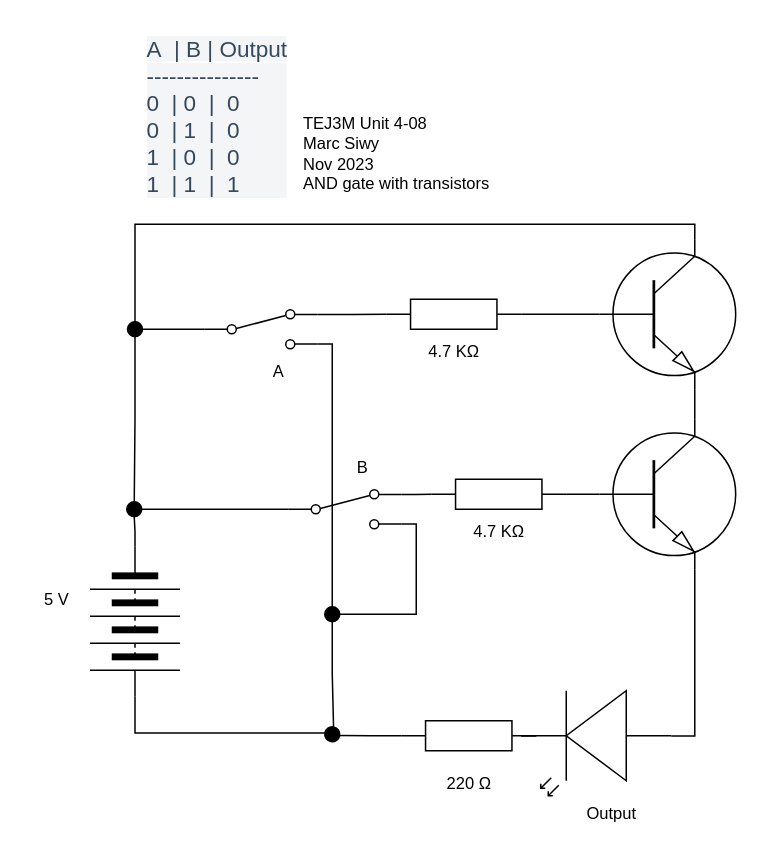
This is Unit 4-08/Unit 4-08.drawio from Marc-Siwy/TEJ3MUnit4, a draw.io file, before an edit. Source tidied: cells renumbered, new cells numbered last; positions are measured from the earlier drawing's top-left corner, leaving out a move shared by most shapes. Both pictures are drawn from the tidied source at 150%, with x=0, y=0 at pixel (26, 26).
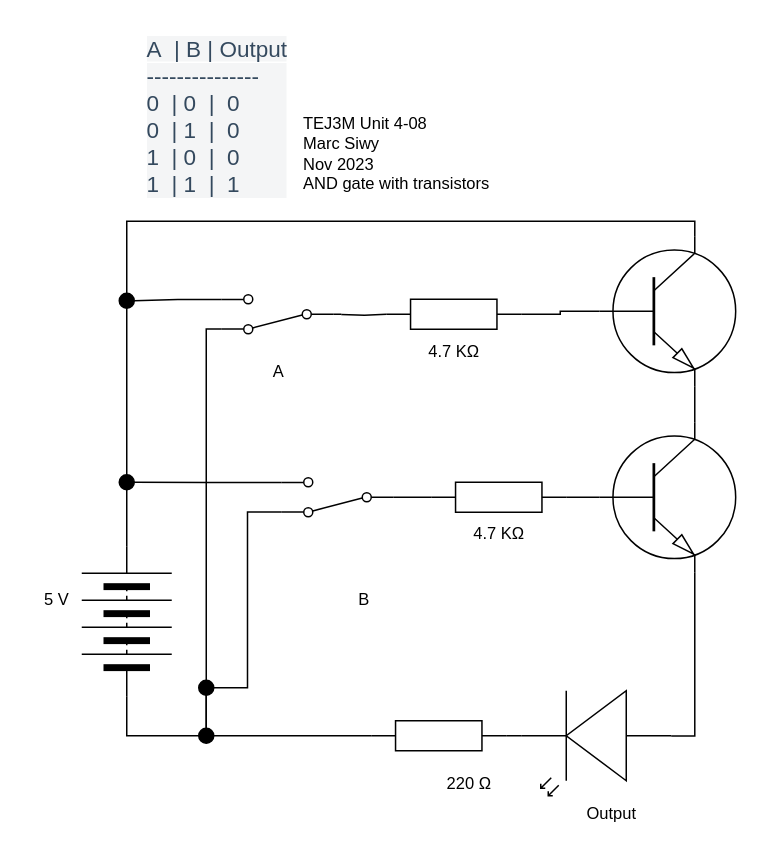
The same diagram, later.

Unchanged cells that the change refers to:
```xml
<mxCell id="19" style="verticalLabelPosition=bottom;shadow=0;dashed=0;align=center;html=1;verticalAlign=top;shape=mxgraph.electrical.resistors.resistor_1;" parent="1" vertex="1">
  <mxGeometry x="240" y="182" width="90" height="20" as="geometry" />
</mxCell>
```

The edit, as a diff of the source:
```diff
@@
-    <mxCell id="2" style="edgeStyle=orthogonalEdgeStyle;shape=connector;rounded=0;html=1;labelBackgroundColor=default;strokeColor=default;fontFamily=Helvetica;fontSize=11;fontColor=default;endArrow=none;endFill=0;" parent="1" edge="1" source="4" target="20">
+    <mxCell id="2" style="edgeStyle=orthogonalEdgeStyle;rounded=0;html=1;exitX=0;exitY=0.5;exitDx=0;exitDy=0;entryX=0;entryY=0.5;entryDx=0;entryDy=0;endArrow=none;endFill=0;" parent="1" edge="1" source="4" target="20">
       <mxGeometry relative="1" as="geometry" />
     </mxCell>
-    <mxCell id="3" style="edgeStyle=orthogonalEdgeStyle;shape=connector;rounded=0;html=1;exitX=1;exitY=0.5;exitDx=0;exitDy=0;entryX=0;entryY=0.5;entryDx=0;entryDy=0;labelBackgroundColor=default;strokeColor=default;fontFamily=Helvetica;fontSize=11;fontColor=default;endArrow=none;endFill=0;" parent="1" edge="1" source="4" target="12">
-      <mxGeometry relative="1" as="geometry" />
-    </mxCell>
-    <mxCell id="4" style="verticalLabelPosition=bottom;shadow=0;dashed=0;align=center;html=1;verticalAlign=top;shape=mxgraph.electrical.miscellaneous.batteryStack;rotation=90;" parent="1" vertex="1">
-      <mxGeometry x="22.5" y="367" width="100" height="60" as="geometry" />
+    <mxCell id="4" style="verticalLabelPosition=bottom;shadow=0;dashed=0;align=center;html=1;verticalAlign=top;shape=mxgraph.electrical.miscellaneous.batteryStack;rotation=-90;" parent="1" vertex="1">
+      <mxGeometry x="17" y="367" width="100" height="60" as="geometry" />
     </mxCell>
@@
-    <mxCell id="8" style="edgeStyle=orthogonalEdgeStyle;shape=connector;rounded=0;html=1;exitX=1;exitY=0.12;exitDx=0;exitDy=0;entryX=0;entryY=0.5;entryDx=0;entryDy=0;entryPerimeter=0;labelBackgroundColor=default;strokeColor=default;fontFamily=Helvetica;fontSize=11;fontColor=default;endArrow=none;endFill=0;" parent="1" edge="1" source="11" target="19">
-      <mxGeometry relative="1" as="geometry" />
-    </mxCell>
-    <mxCell id="9" style="edgeStyle=orthogonalEdgeStyle;shape=connector;rounded=0;html=1;exitX=0;exitY=0.5;exitDx=0;exitDy=0;entryX=0.5;entryY=0;entryDx=0;entryDy=0;labelBackgroundColor=default;strokeColor=default;fontFamily=Helvetica;fontSize=11;fontColor=default;endArrow=none;endFill=0;" parent="1" edge="1" source="11" target="23">
-      <mxGeometry relative="1" as="geometry" />
-    </mxCell>
-    <mxCell id="10" style="edgeStyle=orthogonalEdgeStyle;shape=connector;rounded=0;html=1;exitX=1;exitY=0.88;exitDx=0;exitDy=0;labelBackgroundColor=default;strokeColor=default;fontFamily=Helvetica;fontSize=11;fontColor=default;endArrow=none;endFill=0;entryX=0.5;entryY=0;entryDx=0;entryDy=0;" parent="1" edge="1" source="11" target="39">
-      <mxGeometry relative="1" as="geometry" />
-    </mxCell>
-    <mxCell id="11" style="shape=mxgraph.electrical.electro-mechanical.twoWaySwitch;elSwitchState=2;rotation=0;" parent="1" vertex="1">
-      <mxGeometry x="119" y="189" width="75" height="26" as="geometry" />
-    </mxCell>
-    <mxCell id="12" style="ellipse;whiteSpace=wrap;html=1;fillColor=#000000;rotation=10;" parent="1" vertex="1">
-      <mxGeometry x="199" y="467" width="10" height="10" as="geometry" />
-    </mxCell>
@@
+    <mxCell id="41" style="edgeStyle=orthogonalEdgeStyle;shape=connector;rounded=0;html=1;exitX=0.7;exitY=0;exitDx=0;exitDy=0;exitPerimeter=0;entryX=0.5;entryY=0;entryDx=0;entryDy=0;labelBackgroundColor=default;strokeColor=default;fontFamily=Helvetica;fontSize=11;fontColor=default;endArrow=none;endFill=0;" parent="1" edge="1" source="18" target="49">
+      <mxGeometry relative="1" as="geometry" />
+    </mxCell>
     <mxCell id="18" style="verticalLabelPosition=bottom;shadow=0;dashed=0;align=center;html=1;verticalAlign=top;shape=mxgraph.electrical.transistors.npn_transistor_1;" parent="1" vertex="1">
-      <mxGeometry x="380" y="142" width="95" height="100" as="geometry" />
+      <mxGeometry x="380" y="140" width="95" height="100" as="geometry" />
     </mxCell>
@@
     <mxCell id="20" style="ellipse;whiteSpace=wrap;html=1;fillColor=#000000;" parent="1" vertex="1">
-      <mxGeometry x="67" y="317" width="10" height="10" as="geometry" />
+      <mxGeometry x="115" y="468" width="10" height="10" as="geometry" />
     </mxCell>
-    <mxCell id="21" style="edgeStyle=orthogonalEdgeStyle;shape=connector;rounded=0;html=1;exitX=0;exitY=0.5;exitDx=0;exitDy=0;entryX=0.7;entryY=0;entryDx=0;entryDy=0;entryPerimeter=0;labelBackgroundColor=default;strokeColor=default;fontFamily=Helvetica;fontSize=11;fontColor=default;endArrow=none;endFill=0;" parent="1" edge="1" source="23" target="18">
-      <mxGeometry relative="1" as="geometry" />
-    </mxCell>
-    <mxCell id="22" style="edgeStyle=orthogonalEdgeStyle;shape=connector;rounded=0;html=1;exitX=1;exitY=0.5;exitDx=0;exitDy=0;entryX=0.5;entryY=0;entryDx=0;entryDy=0;labelBackgroundColor=default;strokeColor=default;fontFamily=Helvetica;fontSize=11;fontColor=default;endArrow=none;endFill=0;" parent="1" edge="1" source="23" target="20">
-      <mxGeometry relative="1" as="geometry" />
-    </mxCell>
-    <mxCell id="23" style="ellipse;whiteSpace=wrap;html=1;fillColor=#000000;direction=south;" parent="1" vertex="1">
-      <mxGeometry x="67.5" y="197" width="10" height="10" as="geometry" />
-    </mxCell>
@@
-    <mxCell id="26" style="edgeStyle=orthogonalEdgeStyle;shape=connector;rounded=0;html=1;exitX=0;exitY=0.5;exitDx=0;exitDy=0;exitPerimeter=0;entryX=1;entryY=0.5;entryDx=0;entryDy=0;labelBackgroundColor=default;strokeColor=default;fontFamily=Helvetica;fontSize=11;fontColor=default;endArrow=none;endFill=0;" parent="1" edge="1" source="27" target="12">
-      <mxGeometry relative="1" as="geometry" />
-    </mxCell>
+    <mxCell id="42" style="edgeStyle=orthogonalEdgeStyle;shape=connector;rounded=0;html=1;exitX=0;exitY=0.5;exitDx=0;exitDy=0;exitPerimeter=0;entryX=1;entryY=0.5;entryDx=0;entryDy=0;labelBackgroundColor=default;strokeColor=default;fontFamily=Helvetica;fontSize=11;fontColor=default;endArrow=none;endFill=0;" parent="1" edge="1" source="27" target="20">
+      <mxGeometry relative="1" as="geometry" />
+    </mxCell>
     <mxCell id="27" style="verticalLabelPosition=bottom;shadow=0;dashed=0;align=center;html=1;verticalAlign=top;shape=mxgraph.electrical.resistors.resistor_1;rotation=0;" parent="1" vertex="1">
-      <mxGeometry x="250" y="463" width="90" height="20" as="geometry" />
+      <mxGeometry x="230" y="463" width="90" height="20" as="geometry" />
     </mxCell>
-    <mxCell id="28" style="edgeStyle=orthogonalEdgeStyle;shape=connector;rounded=0;html=1;exitX=1;exitY=0.12;exitDx=0;exitDy=0;entryX=0;entryY=0.5;entryDx=0;entryDy=0;entryPerimeter=0;labelBackgroundColor=default;strokeColor=default;fontFamily=Helvetica;fontSize=11;fontColor=default;endArrow=none;endFill=0;" parent="1" edge="1" source="31" target="36">
-      <mxGeometry relative="1" as="geometry" />
-    </mxCell>
-    <mxCell id="29" style="edgeStyle=orthogonalEdgeStyle;shape=connector;rounded=0;html=1;exitX=0;exitY=0.5;exitDx=0;exitDy=0;entryX=1;entryY=0.5;entryDx=0;entryDy=0;labelBackgroundColor=default;strokeColor=default;fontFamily=Helvetica;fontSize=11;fontColor=default;endArrow=none;endFill=0;" parent="1" edge="1" source="31" target="20">
-      <mxGeometry relative="1" as="geometry" />
-    </mxCell>
-    <mxCell id="30" style="edgeStyle=orthogonalEdgeStyle;shape=connector;rounded=0;html=1;exitX=1;exitY=0.88;exitDx=0;exitDy=0;entryX=1;entryY=0.5;entryDx=0;entryDy=0;labelBackgroundColor=default;strokeColor=default;fontFamily=Helvetica;fontSize=11;fontColor=default;endArrow=none;endFill=0;" parent="1" edge="1" source="31" target="39">
-      <mxGeometry relative="1" as="geometry" />
-    </mxCell>
-    <mxCell id="31" style="shape=mxgraph.electrical.electro-mechanical.twoWaySwitch;elSwitchState=2;rotation=0;" parent="1" vertex="1">
-      <mxGeometry x="175" y="309" width="75" height="26" as="geometry" />
-    </mxCell>
     <mxCell id="32" value="B" style="text;html=1;align=center;verticalAlign=middle;strokeColor=none;fillColor=none;fontSize=11;fontFamily=Helvetica;fontColor=default;" parent="1" vertex="1">
-      <mxGeometry x="209" y="279" width="30" height="30" as="geometry" />
+      <mxGeometry x="210" y="367" width="30" height="30" as="geometry" />
     </mxCell>
@@
     <mxCell id="34" style="verticalLabelPosition=bottom;shadow=0;dashed=0;align=center;html=1;verticalAlign=top;shape=mxgraph.electrical.transistors.npn_transistor_1;" parent="1" vertex="1">
-      <mxGeometry x="380" y="262" width="95" height="100" as="geometry" />
+      <mxGeometry x="380" y="264" width="95" height="100" as="geometry" />
     </mxCell>
@@
+    <mxCell id="43" style="edgeStyle=orthogonalEdgeStyle;shape=connector;rounded=0;html=1;exitX=0;exitY=0.5;exitDx=0;exitDy=0;exitPerimeter=0;entryX=0;entryY=0.5;entryDx=0;entryDy=0;labelBackgroundColor=default;strokeColor=default;fontFamily=Helvetica;fontSize=11;fontColor=default;endArrow=none;endFill=0;" parent="1" edge="1" source="36" target="56">
+      <mxGeometry relative="1" as="geometry" />
+    </mxCell>
     <mxCell id="36" style="verticalLabelPosition=bottom;shadow=0;dashed=0;align=center;html=1;verticalAlign=top;shape=mxgraph.electrical.resistors.resistor_1;" parent="1" vertex="1">
-      <mxGeometry x="270" y="302" width="90" height="20" as="geometry" />
+      <mxGeometry x="270" y="304" width="90" height="20" as="geometry" />
     </mxCell>
     <mxCell id="37" value="4.7 KΩ" style="text;html=1;align=center;verticalAlign=middle;strokeColor=none;fillColor=none;fontSize=11;fontFamily=Helvetica;fontColor=default;" parent="1" vertex="1">
-      <mxGeometry x="285" y="322" width="60" height="30" as="geometry" />
+      <mxGeometry x="285" y="323" width="60" height="30" as="geometry" />
     </mxCell>
-    <mxCell id="38" style="edgeStyle=orthogonalEdgeStyle;shape=connector;rounded=0;html=1;exitX=0.5;exitY=1;exitDx=0;exitDy=0;entryX=0.5;entryY=0;entryDx=0;entryDy=0;labelBackgroundColor=default;strokeColor=default;fontFamily=Helvetica;fontSize=11;fontColor=default;endArrow=none;endFill=0;" parent="1" edge="1" source="39" target="12">
-      <mxGeometry relative="1" as="geometry" />
-    </mxCell>
+    <mxCell id="44" style="edgeStyle=orthogonalEdgeStyle;shape=connector;rounded=0;html=1;exitX=0.5;exitY=1;exitDx=0;exitDy=0;entryX=1;entryY=0.5;entryDx=0;entryDy=0;labelBackgroundColor=default;strokeColor=default;fontFamily=Helvetica;fontSize=11;fontColor=default;endArrow=none;endFill=0;" parent="1" edge="1" source="39" target="4">
+      <mxGeometry relative="1" as="geometry" />
+    </mxCell>
     <mxCell id="39" style="ellipse;whiteSpace=wrap;html=1;fillColor=#000000;" parent="1" vertex="1">
-      <mxGeometry x="199" y="387" width="10" height="10" as="geometry" />
+      <mxGeometry x="62" y="299" width="10" height="10" as="geometry" />
     </mxCell>
@@
+    <mxCell id="45" style="edgeStyle=orthogonalEdgeStyle;shape=connector;rounded=0;html=1;exitX=1;exitY=0.12;exitDx=0;exitDy=0;entryX=0;entryY=0.5;entryDx=0;entryDy=0;entryPerimeter=0;labelBackgroundColor=default;strokeColor=default;fontFamily=Helvetica;fontSize=11;fontColor=default;endArrow=none;endFill=0;" parent="1" edge="1" target="19">
+      <mxGeometry relative="1" as="geometry">
+        <mxPoint x="210" y="192.1" as="sourcePoint" />
+      </mxGeometry>
+    </mxCell>
+    <mxCell id="46" style="edgeStyle=orthogonalEdgeStyle;shape=connector;rounded=0;html=1;exitX=0.5;exitY=1;exitDx=0;exitDy=0;entryX=0.5;entryY=0;entryDx=0;entryDy=0;labelBackgroundColor=default;strokeColor=default;fontFamily=Helvetica;fontSize=11;fontColor=default;endArrow=none;endFill=0;" parent="1" edge="1" source="47" target="20">
+      <mxGeometry relative="1" as="geometry" />
+    </mxCell>
+    <mxCell id="47" style="ellipse;whiteSpace=wrap;html=1;fillColor=#000000;" parent="1" vertex="1">
+      <mxGeometry x="115" y="436" width="10" height="10" as="geometry" />
+    </mxCell>
+    <mxCell id="48" style="edgeStyle=orthogonalEdgeStyle;shape=connector;rounded=0;html=1;exitX=0.5;exitY=1;exitDx=0;exitDy=0;entryX=0.5;entryY=0;entryDx=0;entryDy=0;labelBackgroundColor=default;strokeColor=default;fontFamily=Helvetica;fontSize=11;fontColor=default;endArrow=none;endFill=0;" parent="1" edge="1" source="49" target="39">
+      <mxGeometry relative="1" as="geometry" />
+    </mxCell>
+    <mxCell id="49" style="ellipse;whiteSpace=wrap;html=1;fillColor=#000000;" parent="1" vertex="1">
+      <mxGeometry x="62" y="178" width="10" height="10" as="geometry" />
+    </mxCell>
+    <mxCell id="50" style="edgeStyle=orthogonalEdgeStyle;shape=connector;rounded=0;html=1;exitX=0;exitY=0.5;exitDx=0;exitDy=0;labelBackgroundColor=default;strokeColor=default;fontFamily=Helvetica;fontSize=11;fontColor=default;endArrow=none;endFill=0;" parent="1" edge="1" source="53">
+      <mxGeometry relative="1" as="geometry">
+        <mxPoint x="210" y="191.8" as="targetPoint" />
+      </mxGeometry>
+    </mxCell>
+    <mxCell id="51" style="edgeStyle=orthogonalEdgeStyle;shape=connector;rounded=0;html=1;exitX=1;exitY=0.12;exitDx=0;exitDy=0;entryX=0.5;entryY=0;entryDx=0;entryDy=0;labelBackgroundColor=default;strokeColor=default;fontFamily=Helvetica;fontSize=11;fontColor=default;endArrow=none;endFill=0;" parent="1" edge="1" source="53" target="20">
+      <mxGeometry relative="1" as="geometry" />
+    </mxCell>
+    <mxCell id="52" style="edgeStyle=orthogonalEdgeStyle;shape=connector;rounded=0;html=1;exitX=1;exitY=0.88;exitDx=0;exitDy=0;entryX=1;entryY=0.5;entryDx=0;entryDy=0;labelBackgroundColor=default;strokeColor=default;fontFamily=Helvetica;fontSize=11;fontColor=default;endArrow=none;endFill=0;" parent="1" edge="1" source="53" target="49">
+      <mxGeometry relative="1" as="geometry" />
+    </mxCell>
+    <mxCell id="53" style="shape=mxgraph.electrical.electro-mechanical.twoWaySwitch;elSwitchState=2;fontFamily=Helvetica;fontSize=11;fontColor=default;rotation=-180;" parent="1" vertex="1">
+      <mxGeometry x="130" y="179" width="75" height="26" as="geometry" />
+    </mxCell>
+    <mxCell id="54" style="edgeStyle=orthogonalEdgeStyle;shape=connector;rounded=0;html=1;exitX=1;exitY=0.12;exitDx=0;exitDy=0;entryX=1;entryY=0.5;entryDx=0;entryDy=0;labelBackgroundColor=default;strokeColor=default;fontFamily=Helvetica;fontSize=11;fontColor=default;endArrow=none;endFill=0;" parent="1" edge="1" source="56" target="47">
+      <mxGeometry relative="1" as="geometry" />
+    </mxCell>
+    <mxCell id="55" style="edgeStyle=orthogonalEdgeStyle;shape=connector;rounded=0;html=1;exitX=1;exitY=0.88;exitDx=0;exitDy=0;entryX=1;entryY=0.5;entryDx=0;entryDy=0;labelBackgroundColor=default;strokeColor=default;fontFamily=Helvetica;fontSize=11;fontColor=default;endArrow=none;endFill=0;" parent="1" edge="1" source="56" target="39">
+      <mxGeometry relative="1" as="geometry" />
+    </mxCell>
+    <mxCell id="56" style="shape=mxgraph.electrical.electro-mechanical.twoWaySwitch;elSwitchState=2;fontFamily=Helvetica;fontSize=11;fontColor=default;rotation=-180;" parent="1" vertex="1">
+      <mxGeometry x="170" y="301" width="75" height="26" as="geometry" />
+    </mxCell>
```
